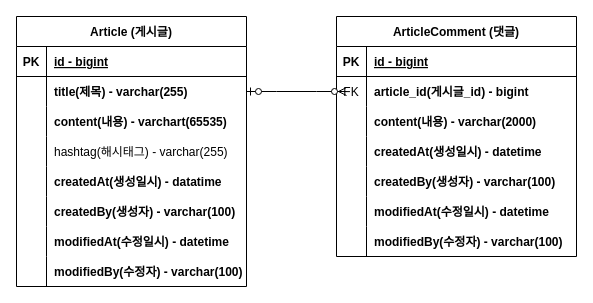
Earlier version of the draw.io diagram document/Untitled Diagram.drawio (rinikim/fastcampus-project-board). Source tidied: cells renumbered, new cells numbered last; positions are measured from the earlier drawing's top-left corner, leaving out a move shared by most shapes. Both pictures are drawn from the tidied source at 100%, with x=0, y=0 at pixel (16, 16).
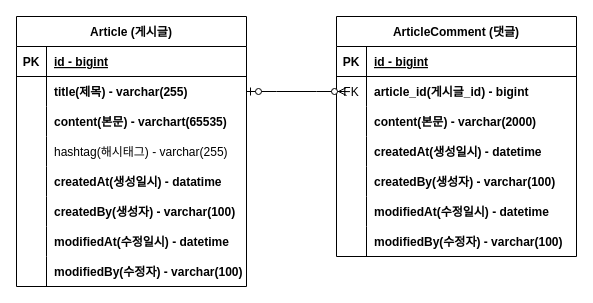
The same diagram, later.

Commit message:
#11 - ERD 주석 업데이트 : project-board-erd.svg

Unchanged cells that the change refers to:
```xml
<mxCell id="9" style="shape=tableRow;horizontal=0;startSize=0;swimlaneHead=0;swimlaneBody=0;fillColor=none;top=0;left=0;right=0;bottom=0;" parent="2" vertex="1">
  <mxGeometry y="90" width="230" height="30" as="geometry" />
</mxCell>
<mxCell id="34" style="shape=tableRow;horizontal=0;startSize=0;swimlaneHead=0;swimlaneBody=0;fillColor=none;top=0;left=0;right=0;bottom=0;" parent="27" vertex="1">
  <mxGeometry y="90" width="240" height="30" as="geometry" />
</mxCell>
```

Diff of the diagram source:
```diff
@@
-    <mxCell id="11" value="content(내용) - varchart(65535)" style="shape=partialRectangle;fillColor=none;top=0;left=0;bottom=0;right=0;align=left;spacingLeft=6;overflow=hidden;fontStyle=1;" parent="9" vertex="1">
+    <mxCell id="11" value="content(본문) - varchart(65535)" style="shape=partialRectangle;fillColor=none;top=0;left=0;bottom=0;right=0;align=left;spacingLeft=6;overflow=hidden;fontStyle=1;" parent="9" vertex="1">
       <mxGeometry x="30" width="200" height="30" as="geometry" />
     </mxCell>
@@
-    <mxCell id="36" value="content(내용) - varchar(2000)" style="shape=partialRectangle;fillColor=none;top=0;left=0;bottom=0;right=0;align=left;spacingLeft=6;overflow=hidden;fontStyle=1;" parent="34" vertex="1">
+    <mxCell id="36" value="content(본문) - varchar(2000)" style="shape=partialRectangle;fillColor=none;top=0;left=0;bottom=0;right=0;align=left;spacingLeft=6;overflow=hidden;fontStyle=1;" parent="34" vertex="1">
       <mxGeometry x="30" width="210" height="30" as="geometry" />
     </mxCell>
```
